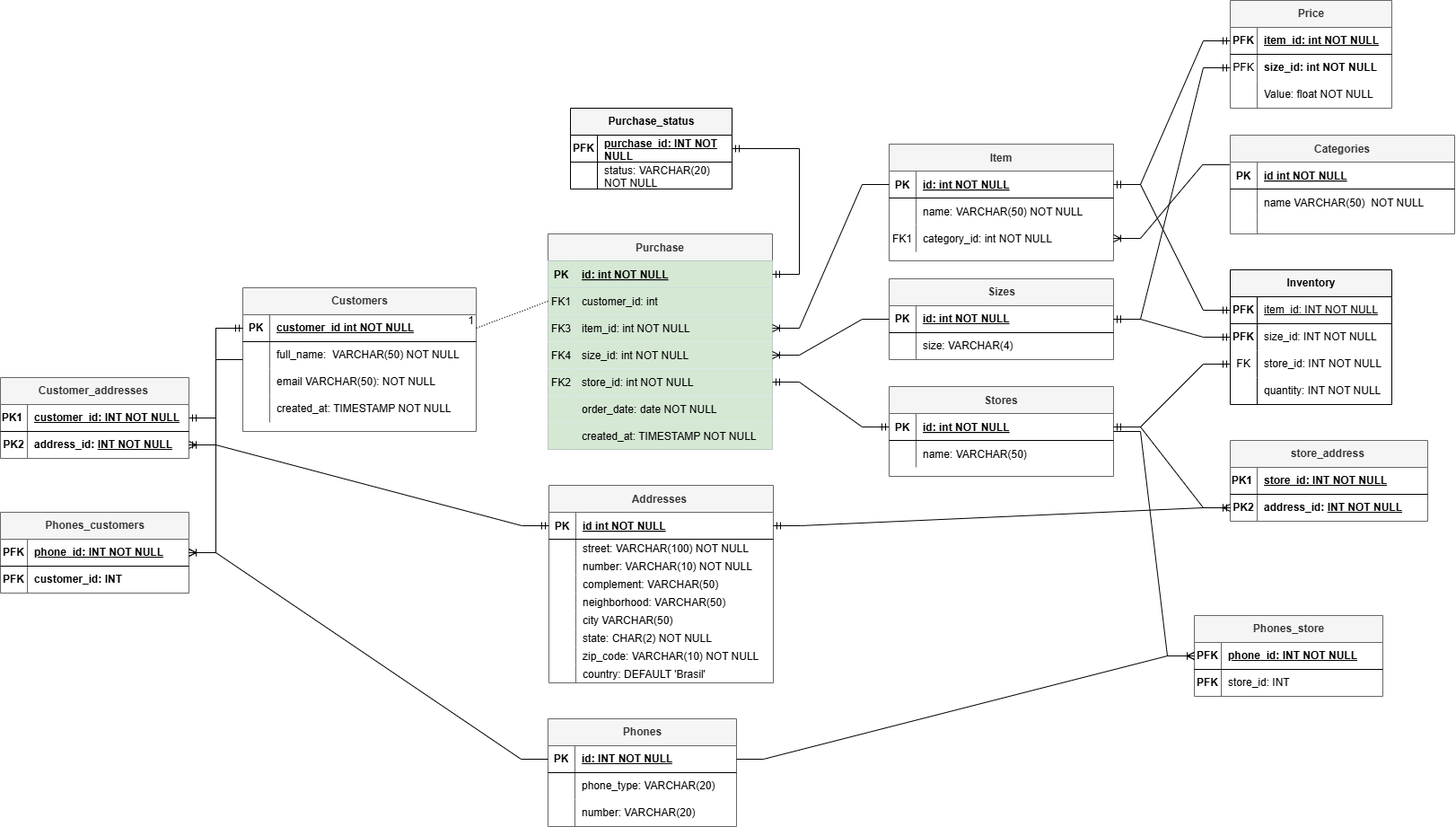
ruancastro/e-commercy-database keeps this draw.io diagram as E_commerce_OLTP_schema.png. Above is the earlier version. Source tidied: cells renumbered, new cells last; positions are measured from the earlier drawing's top-left corner, leaving out a move shared by most shapes.
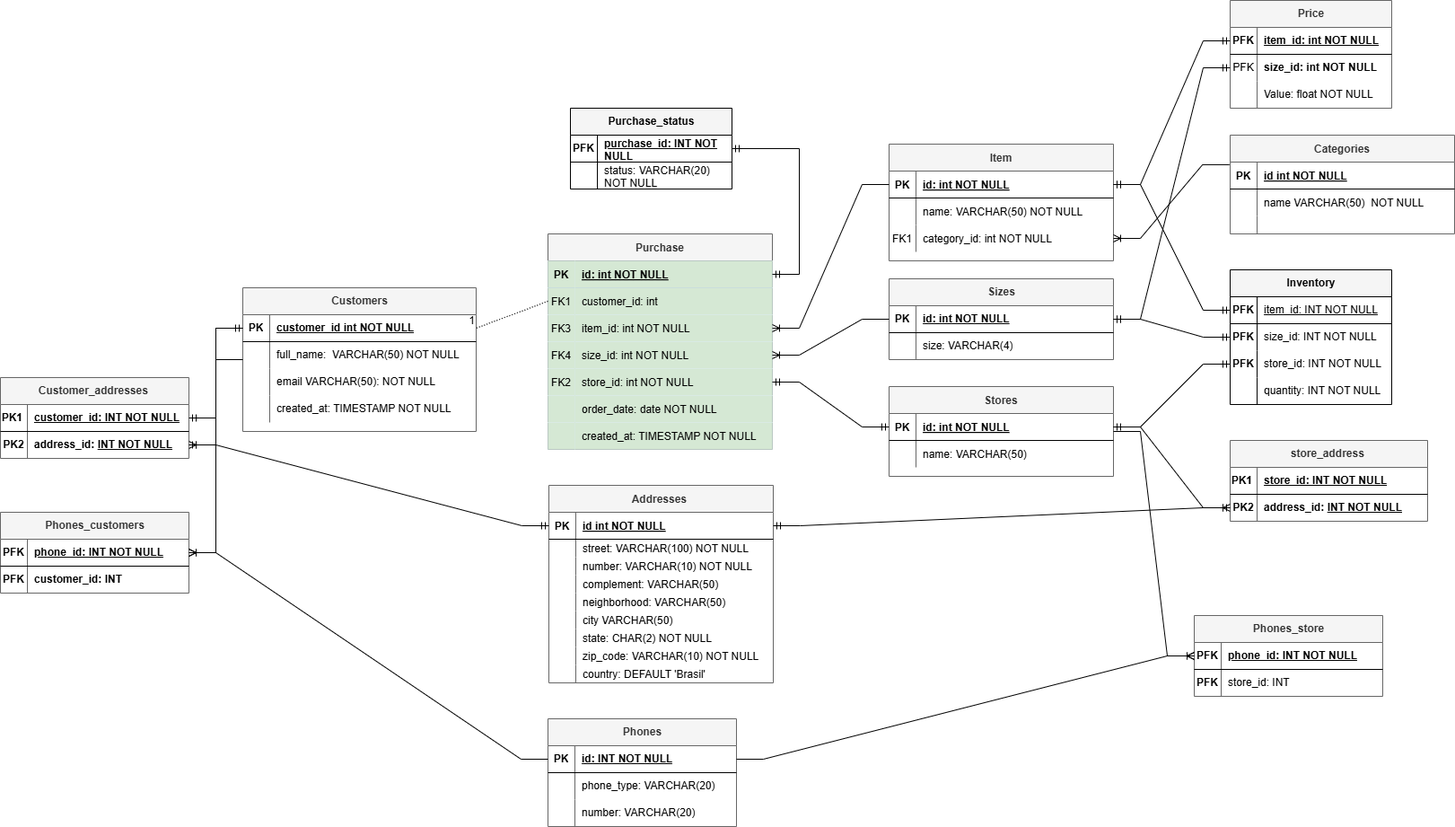
Later version of the same file.

Commit message:
Updating schema, adding store as a primary key on inventory

Change to the diagram source:
```diff
@@ -516,7 +516,7 @@
     <mxCell id="171" style="shape=tableRow;horizontal=0;startSize=0;swimlaneHead=0;swimlaneBody=0;fillColor=none;points=[[0,0.5],[1,0.5]];portConstraint=eastwest;top=0;left=0;right=0;bottom=0;" parent="164" vertex="1">
       <mxGeometry y="90" width="180" height="30" as="geometry" />
     </mxCell>
-    <mxCell id="172" value="FK" style="shape=partialRectangle;fillColor=none;top=0;left=0;bottom=0;right=0;overflow=hidden;whiteSpace=wrap;html=1;" parent="171" vertex="1">
+    <mxCell id="172" value="&lt;span style=&quot;font-weight: 700;&quot;&gt;PFK&lt;/span&gt;" style="shape=partialRectangle;fillColor=none;top=0;left=0;bottom=0;right=0;overflow=hidden;whiteSpace=wrap;html=1;" parent="171" vertex="1">
       <mxGeometry width="30" height="30" as="geometry" />
     </mxCell>
     <mxCell id="173" value="&lt;div&gt;store_id:&amp;nbsp;&lt;span style=&quot;background-color: transparent; color: light-dark(rgb(0, 0, 0), rgb(255, 255, 255));&quot;&gt;INT NOT NULL&lt;/span&gt;&lt;/div&gt;" style="shape=partialRectangle;fillColor=none;top=0;left=0;bottom=0;right=0;align=left;spacingLeft=6;overflow=hidden;whiteSpace=wrap;html=1;" parent="171" vertex="1">
```
